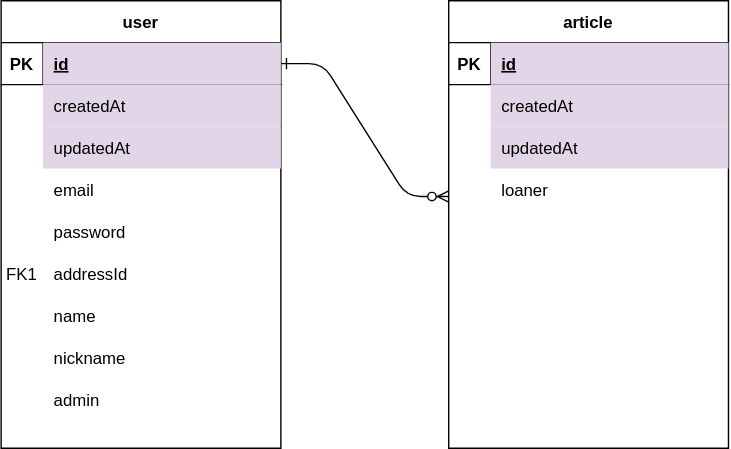
This is docs/db/RentEase_ERD.drawio.svg from 1Dohyeon/RentEase, a draw.io export, as it was before one commit. Source tidied: cells renumbered, new cells last; positions are measured from the earlier drawing's top-left corner, leaving out a move shared by most shapes.
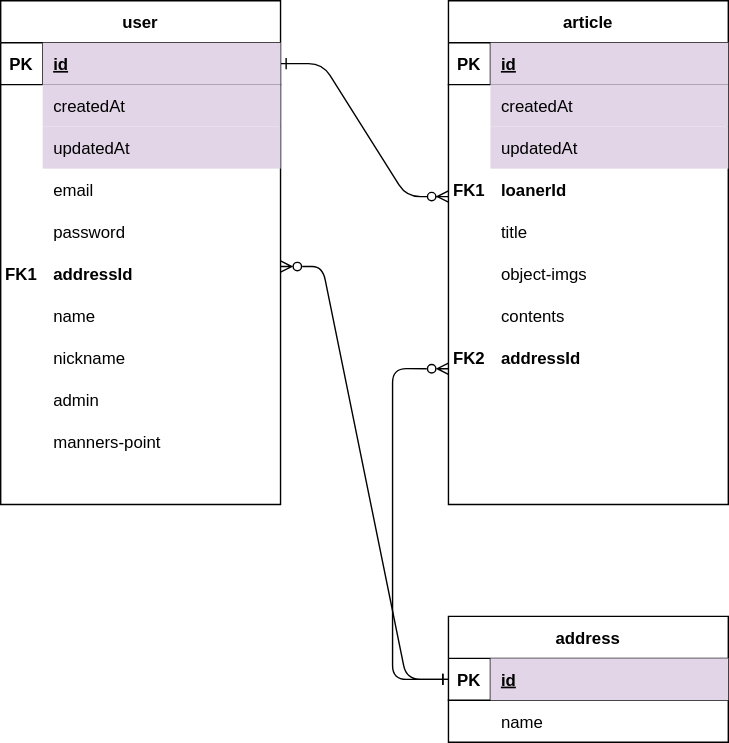
After the commit.

Commit message:
docs : user, article, address 스키마 간단히 구성

Change to the diagram source:
```diff
@@ -5,10 +5,13 @@
     <mxCell id="2" style="edgeStyle=entityRelationEdgeStyle;endArrow=ERzeroToMany;startArrow=ERone;endFill=1;startFill=0;" parent="1" edge="1" source="8">
       <mxGeometry relative="1" as="geometry">
         <mxPoint x="320" y="140" as="targetPoint" />
+        <Array as="points">
+          <mxPoint x="310" y="130" />
+        </Array>
       </mxGeometry>
     </mxCell>
     <mxCell id="3" value="article" style="shape=table;startSize=30;rowLines=0;fontStyle=1;align=center;" parent="1" vertex="1">
-      <mxGeometry x="320" width="200" height="320" as="geometry" />
+      <mxGeometry x="320" width="200" height="360" as="geometry" />
     </mxCell>
     <mxCell id="4" style="shape=partialRectangle;fillColor=none;top=0;left=0;right=0;bottom=1;" parent="3" vertex="1">
       <mxGeometry y="30" width="200" height="30" as="geometry" />
@@ -20,7 +23,7 @@
       <mxGeometry x="30" width="170" height="30" as="geometry" />
     </mxCell>
     <mxCell id="7" value="user" style="shape=table;startSize=30;rowLines=0;fontStyle=1;align=center;" parent="1" vertex="1">
-      <mxGeometry width="200" height="320" as="geometry" />
+      <mxGeometry width="200" height="360" as="geometry" />
     </mxCell>
     <mxCell id="8" style="shape=partialRectangle;fillColor=none;points=[[0,0.5],[1,0.5]];portConstraint=eastwest;top=0;left=0;right=0;bottom=1;" parent="7" vertex="1">
       <mxGeometry y="30" width="200" height="30" as="geometry" />
@@ -34,7 +37,7 @@
     <mxCell id="11" value="name" style="shape=partialRectangle;overflow=hidden;fillColor=none;top=0;left=0;bottom=0;right=0;align=left;spacingLeft=6;fontStyle=0;strokeColor=default;" parent="1" vertex="1">
       <mxGeometry x="30" y="210" width="170" height="30" as="geometry" />
     </mxCell>
-    <mxCell id="12" value="addressId" style="shape=partialRectangle;overflow=hidden;fillColor=none;top=0;left=0;bottom=0;right=0;align=left;spacingLeft=6;fontStyle=0;strokeColor=default;" parent="1" vertex="1">
+    <mxCell id="12" value="addressId" style="shape=partialRectangle;overflow=hidden;fillColor=none;top=0;left=0;bottom=0;right=0;align=left;spacingLeft=6;fontStyle=1;strokeColor=default;" parent="1" vertex="1">
       <mxGeometry x="30" y="180" width="170" height="30" as="geometry" />
     </mxCell>
     <mxCell id="13" value="nickname" style="shape=partialRectangle;overflow=hidden;fillColor=none;top=0;left=0;bottom=0;right=0;align=left;spacingLeft=6;fontStyle=0;strokeColor=default;" parent="1" vertex="1">
@@ -43,7 +46,7 @@
     <mxCell id="14" value="email" style="shape=partialRectangle;overflow=hidden;fillColor=none;top=0;left=0;bottom=0;right=0;align=left;spacingLeft=6;fontStyle=0;strokeColor=default;" parent="1" vertex="1">
       <mxGeometry x="30" y="120" width="170" height="30" as="geometry" />
     </mxCell>
-    <mxCell id="15" value="FK1" style="shape=partialRectangle;overflow=hidden;fillColor=none;top=0;left=0;bottom=0;right=0;" parent="1" vertex="1">
+    <mxCell id="15" value="FK1" style="shape=partialRectangle;overflow=hidden;fillColor=none;top=0;left=0;bottom=0;right=0;fontStyle=1;" parent="1" vertex="1">
       <mxGeometry y="180" width="30" height="30" as="geometry" />
     </mxCell>
     <mxCell id="16" value="password" style="shape=partialRectangle;overflow=hidden;fillColor=none;top=0;left=0;bottom=0;right=0;align=left;spacingLeft=6;fontStyle=0;strokeColor=default;" parent="1" vertex="1">
@@ -64,8 +67,62 @@
     <mxCell id="21" value="updatedAt" style="shape=partialRectangle;overflow=hidden;fillColor=#e1d5e7;top=0;left=0;bottom=0;right=0;align=left;spacingLeft=6;fontStyle=0;strokeColor=#9673a6;" parent="1" vertex="1">
       <mxGeometry x="350" y="90" width="170" height="30" as="geometry" />
     </mxCell>
-    <mxCell id="22" value="loaner" style="shape=partialRectangle;overflow=hidden;fillColor=none;top=0;left=0;bottom=0;right=0;align=left;spacingLeft=6;fontStyle=0;strokeColor=default;" parent="1" vertex="1">
+    <mxCell id="22" value="loanerId" style="shape=partialRectangle;overflow=hidden;fillColor=none;top=0;left=0;bottom=0;right=0;align=left;spacingLeft=6;fontStyle=1;strokeColor=default;" parent="1" vertex="1">
       <mxGeometry x="350" y="120" width="170" height="30" as="geometry" />
     </mxCell>
+    <mxCell id="23" value="FK1" style="shape=partialRectangle;overflow=hidden;fillColor=none;top=0;left=0;bottom=0;right=0;fontStyle=1;" parent="1" vertex="1">
+      <mxGeometry x="320" y="120" width="30" height="30" as="geometry" />
+    </mxCell>
+    <mxCell id="24" value="title" style="shape=partialRectangle;overflow=hidden;fillColor=none;top=0;left=0;bottom=0;right=0;align=left;spacingLeft=6;fontStyle=0;strokeColor=default;" parent="1" vertex="1">
+      <mxGeometry x="350" y="150" width="170" height="30" as="geometry" />
+    </mxCell>
+    <mxCell id="25" value="object-imgs" style="shape=partialRectangle;overflow=hidden;fillColor=none;top=0;left=0;bottom=0;right=0;align=left;spacingLeft=6;fontStyle=0;strokeColor=default;" parent="1" vertex="1">
+      <mxGeometry x="350" y="180" width="170" height="30" as="geometry" />
+    </mxCell>
+    <mxCell id="26" value="contents" style="shape=partialRectangle;overflow=hidden;fillColor=none;top=0;left=0;bottom=0;right=0;align=left;spacingLeft=6;fontStyle=0;strokeColor=default;" parent="1" vertex="1">
+      <mxGeometry x="350" y="210" width="170" height="30" as="geometry" />
+    </mxCell>
+    <mxCell id="27" value="manners-point" style="shape=partialRectangle;overflow=hidden;fillColor=none;top=0;left=0;bottom=0;right=0;align=left;spacingLeft=6;fontStyle=0;strokeColor=default;" parent="1" vertex="1">
+      <mxGeometry x="30" y="300" width="170" height="30" as="geometry" />
+    </mxCell>
+    <mxCell id="28" value="address" style="shape=table;startSize=30;rowLines=0;fontStyle=1;align=center;" parent="1" vertex="1">
+      <mxGeometry x="320" y="440" width="200" height="90" as="geometry" />
+    </mxCell>
+    <mxCell id="29" style="shape=partialRectangle;fillColor=none;points=[[0,0.5],[1,0.5]];portConstraint=eastwest;top=0;left=0;right=0;bottom=1;" parent="28" vertex="1">
+      <mxGeometry y="30" width="200" height="30" as="geometry" />
+    </mxCell>
+    <mxCell id="30" value="PK" style="shape=partialRectangle;overflow=hidden;fillColor=none;top=0;left=0;bottom=0;right=0;fontStyle=1;" parent="29" vertex="1">
+      <mxGeometry width="30" height="30" as="geometry" />
+    </mxCell>
+    <mxCell id="31" value="id" style="shape=partialRectangle;overflow=hidden;fillColor=#e1d5e7;top=0;left=0;bottom=0;right=0;align=left;spacingLeft=6;fontStyle=5;strokeColor=#9673a6;" parent="29" vertex="1">
+      <mxGeometry x="30" width="170" height="30" as="geometry" />
+    </mxCell>
+    <mxCell id="32" style="edgeStyle=entityRelationEdgeStyle;endArrow=ERone;startArrow=ERzeroToMany;endFill=0;startFill=0;entryX=0;entryY=0.5;entryDx=0;entryDy=0;" parent="1" edge="1" target="29">
+      <mxGeometry relative="1" as="geometry">
+        <mxPoint x="200" y="190" as="sourcePoint" />
+        <Array as="points">
+          <mxPoint x="310" y="275" />
+          <mxPoint x="260" y="300" />
+        </Array>
+      </mxGeometry>
+    </mxCell>
+    <mxCell id="33" value="addressId" style="shape=partialRectangle;overflow=hidden;fillColor=none;top=0;left=0;bottom=0;right=0;align=left;spacingLeft=6;fontStyle=1;strokeColor=default;" parent="1" vertex="1">
+      <mxGeometry x="350" y="240" width="170" height="30" as="geometry" />
+    </mxCell>
+    <mxCell id="34" value="FK2" style="shape=partialRectangle;overflow=hidden;fillColor=none;top=0;left=0;bottom=0;right=0;fontStyle=1;" parent="1" vertex="1">
+      <mxGeometry x="320" y="240" width="30" height="30" as="geometry" />
+    </mxCell>
+    <mxCell id="35" style="edgeStyle=orthogonalEdgeStyle;rounded=1;jettySize=auto;html=1;exitX=0;exitY=0.5;exitDx=0;exitDy=0;startArrow=ERone;startFill=0;endArrow=ERzeroToMany;endFill=0;curved=0;" parent="1" edge="1" source="29">
+      <mxGeometry relative="1" as="geometry">
+        <mxPoint x="320" y="263" as="targetPoint" />
+        <Array as="points">
+          <mxPoint x="280" y="485" />
+          <mxPoint x="280" y="263" />
+        </Array>
+      </mxGeometry>
+    </mxCell>
+    <mxCell id="36" value="name" style="shape=partialRectangle;overflow=hidden;fillColor=none;top=0;left=0;bottom=0;right=0;align=left;spacingLeft=6;fontStyle=0;strokeColor=default;" parent="1" vertex="1">
+      <mxGeometry x="350" y="500" width="170" height="30" as="geometry" />
+    </mxCell>
   </root>
 </mxGraphModel>
```
